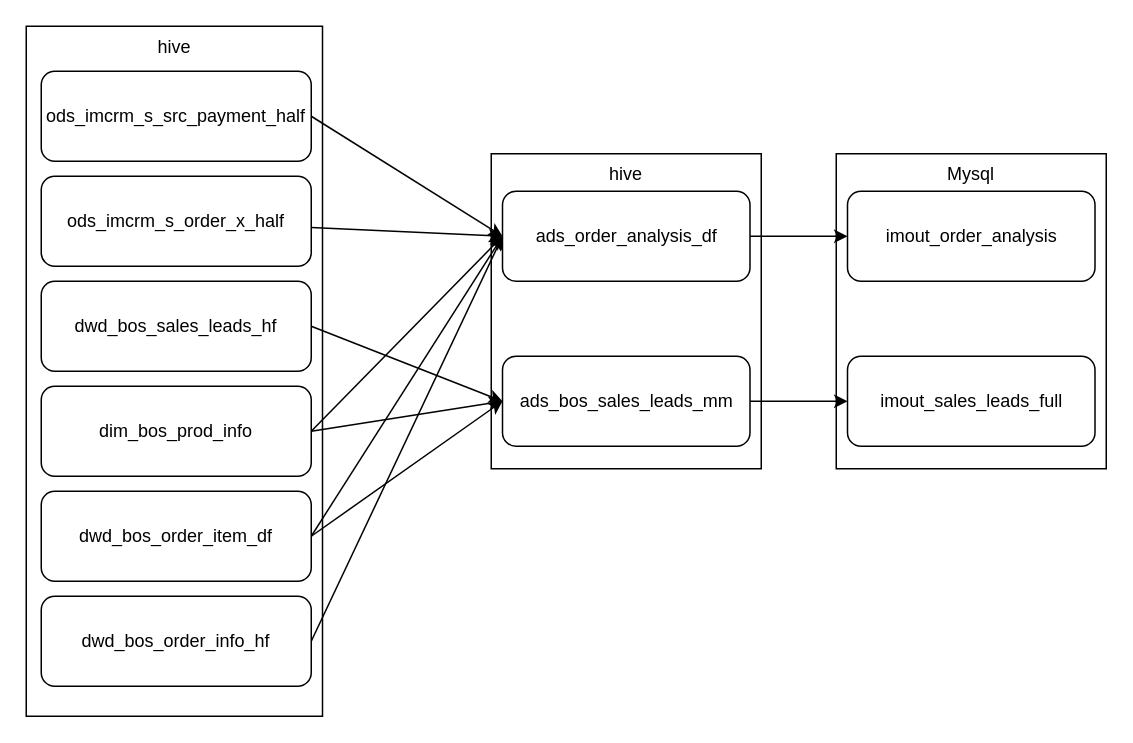
This is IM_数据中台_DS_订单表增加商品编码字段_数据链路图_V0.10.drawio from taitaibai/test, a draw.io file, before an edit. Source tidied: cells renumbered, new cells numbered last; positions are measured from the earlier drawing's top-left corner, leaving out a move shared by most shapes. Both pictures are drawn from the tidied source at 150%, with x=0, y=0 at pixel (26, 26).
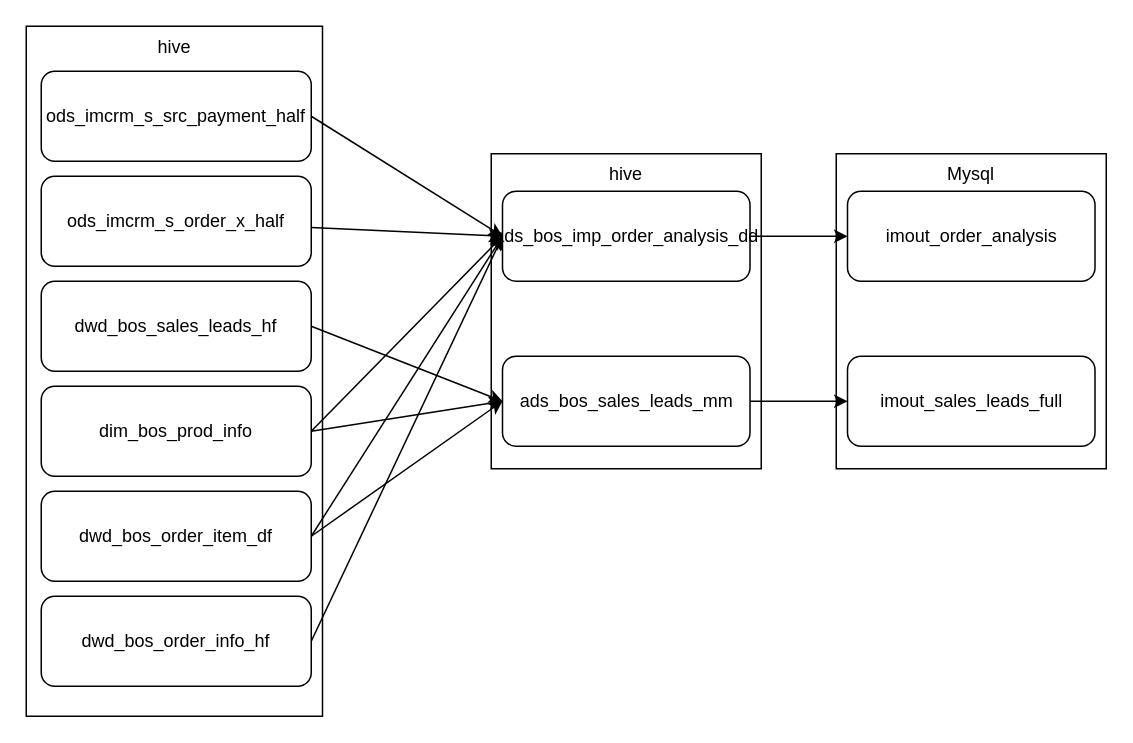
Above is the later version.

Commit message:
更新IM_数据中台_DS_订单表增加商品编码字段_数据链路图_V0.10.drawio

Diff of the diagram source:
```diff
@@
-    <mxCell id="20" value="ads_order_analysis_df" style="rounded=1;whiteSpace=wrap;html=1;verticalAlign=middle;" parent="1" vertex="1">
+    <mxCell id="20" value="ads_bos_imp_order_analysis_dd" style="rounded=1;whiteSpace=wrap;html=1;verticalAlign=middle;" parent="1" vertex="1">
       <mxGeometry x="317.5" y="110" width="165" height="60" as="geometry" />
     </mxCell>
```
